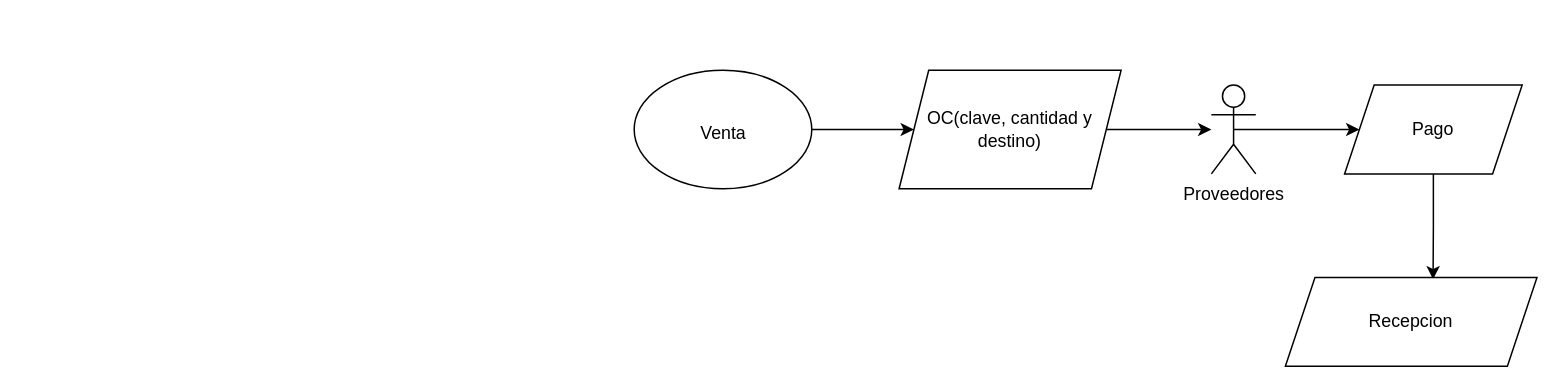
The draw.io diagram FlujoWms.drawio in ErnestoDanielTafoyaMolinaCYM/clases-cat-cym, before the edit. Source tidied: cells renumbered, new cells numbered last; positions are measured from the earlier drawing's top-left corner, leaving out a move shared by most shapes. Both pictures are drawn from the tidied source at 148%, with x=0, y=0 at pixel (633, 70).
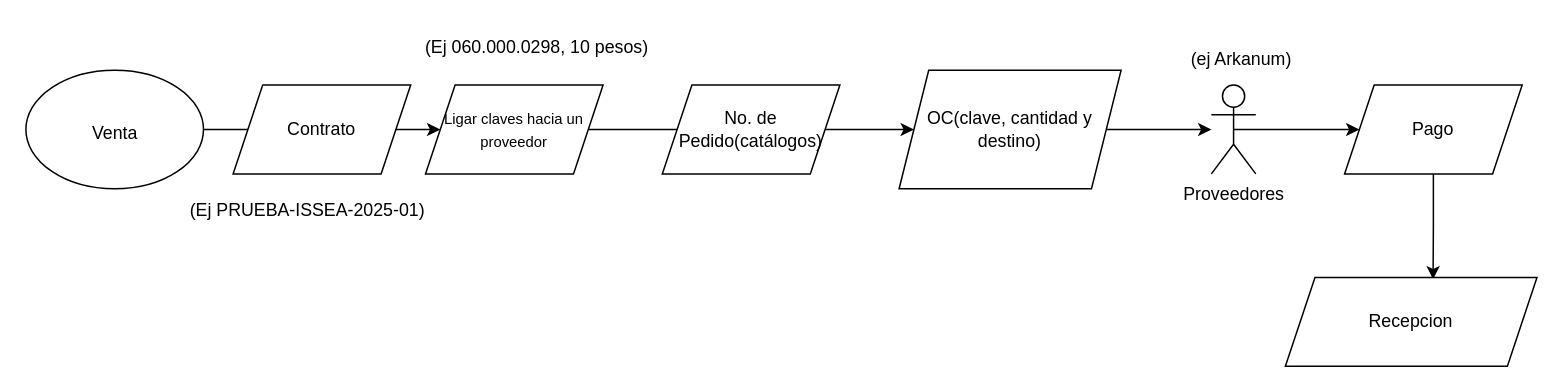
The same diagram, later.

Change to the diagram source:
```diff
@@
 <mxGraphModel>
   <root>
     <mxCell id="0" />
     <mxCell id="1" parent="0" />
-    <mxCell id="2" style="edgeStyle=orthogonalEdgeStyle;rounded=0;jettySize=auto;html=1;exitX=1;exitY=0.5;exitDx=0;exitDy=0;entryX=0;entryY=0.5;entryDx=0;entryDy=0;" parent="1" edge="1" source="3" target="6">
+    <mxCell id="2" style="edgeStyle=orthogonalEdgeStyle;rounded=0;jettySize=auto;html=1;exitX=1;exitY=0.5;exitDx=0;exitDy=0;entryX=0;entryY=0.5;entryDx=0;entryDy=0;" parent="1" edge="1" source="14" target="6">
       <mxGeometry relative="1" as="geometry" />
     </mxCell>
     <mxCell id="3" style="ellipse;whiteSpace=wrap;html=1;" parent="1" vertex="1">
-      <mxGeometry width="120" height="80" as="geometry" />
+      <mxGeometry x="-411" width="120" height="80" as="geometry" />
     </mxCell>
     <mxCell id="4" value="Venta&lt;div&gt;&lt;br&gt;&lt;/div&gt;" style="text;html=1;align=center;verticalAlign=middle;strokeColor=none;fillColor=none;" parent="1" vertex="1">
-      <mxGeometry x="35" y="30" width="50" height="40" as="geometry" />
+      <mxGeometry x="-376" y="30" width="50" height="40" as="geometry" />
     </mxCell>
     <mxCell id="5" style="edgeStyle=orthogonalEdgeStyle;rounded=0;jettySize=auto;html=1;exitX=1;exitY=0.5;exitDx=0;exitDy=0;" parent="1" edge="1" source="6" target="8">
       <mxGeometry relative="1" as="geometry" />
     </mxCell>
     <mxCell id="6" value="OC(clave, cantidad y destino)" style="shape=parallelogram;perimeter=parallelogramPerimeter;whiteSpace=wrap;html=1;fixedSize=1;" parent="1" vertex="1">
       <mxGeometry x="179" width="150" height="80" as="geometry" />
     </mxCell>
     <mxCell id="7" style="edgeStyle=orthogonalEdgeStyle;rounded=0;jettySize=auto;html=1;exitX=0.5;exitY=0.5;exitDx=0;exitDy=0;exitPerimeter=0;entryX=0;entryY=0.5;entryDx=0;entryDy=0;" parent="1" edge="1" source="8" target="10">
       <mxGeometry relative="1" as="geometry" />
     </mxCell>
     <mxCell id="8" value="Proveedores" style="shape=umlActor;verticalLabelPosition=bottom;verticalAlign=top;html=1;outlineConnect=0;" parent="1" vertex="1">
       <mxGeometry x="390" y="10" width="30" height="60" as="geometry" />
     </mxCell>
     <mxCell id="9" style="edgeStyle=orthogonalEdgeStyle;rounded=0;jettySize=auto;html=1;exitX=0.5;exitY=1;exitDx=0;exitDy=0;entryX=0.587;entryY=0.021;entryDx=0;entryDy=0;entryPerimeter=0;" parent="1" edge="1" source="10" target="11">
       <mxGeometry relative="1" as="geometry" />
     </mxCell>
     <mxCell id="10" value="Pago" style="shape=parallelogram;perimeter=parallelogramPerimeter;whiteSpace=wrap;html=1;fixedSize=1;" parent="1" vertex="1">
       <mxGeometry x="480" y="10" width="120" height="60" as="geometry" />
     </mxCell>
     <mxCell id="11" value="Recepcion" style="shape=parallelogram;perimeter=parallelogramPerimeter;whiteSpace=wrap;html=1;fixedSize=1;" parent="1" vertex="1">
       <mxGeometry x="440" y="140" width="170" height="60" as="geometry" />
     </mxCell>
+    <mxCell id="12" value="(ej Arkanum)" style="text;html=1;align=center;verticalAlign=middle;strokeColor=none;fillColor=none;" parent="1" vertex="1">
+      <mxGeometry x="365" y="-22" width="90" height="30" as="geometry" />
+    </mxCell>
+    <mxCell id="13" style="edgeStyle=orthogonalEdgeStyle;rounded=0;jettySize=auto;html=1;exitX=1;exitY=0.5;exitDx=0;exitDy=0;entryX=0;entryY=0.5;entryDx=0;entryDy=0;" parent="1" edge="1" source="3" target="14">
+      <mxGeometry relative="1" as="geometry" />
+    </mxCell>
+    <mxCell id="14" value="&lt;font style=&quot;font-size: 10px;&quot;&gt;Ligar claves hacia un proveedor&lt;/font&gt;" style="shape=parallelogram;perimeter=parallelogramPerimeter;whiteSpace=wrap;html=1;fixedSize=1;" parent="1" vertex="1">
+      <mxGeometry x="-141" y="10" width="120" height="60" as="geometry" />
+    </mxCell>
+    <mxCell id="15" value="Contrato" style="shape=parallelogram;perimeter=parallelogramPerimeter;whiteSpace=wrap;html=1;fixedSize=1;" parent="1" vertex="1">
+      <mxGeometry x="-271" y="10" width="120" height="60" as="geometry" />
+    </mxCell>
+    <mxCell id="16" value="(Ej 060.000.0298, 10 pesos&lt;span style=&quot;background-color: transparent; color: light-dark(rgb(0, 0, 0), rgb(255, 255, 255));&quot;&gt;)&lt;/span&gt;" style="text;html=1;align=center;verticalAlign=middle;strokeColor=none;fillColor=none;" parent="1" vertex="1">
+      <mxGeometry x="-151" y="-30" width="170" height="30" as="geometry" />
+    </mxCell>
+    <mxCell id="17" value="(Ej PRUEBA-ISSEA-2025-01&lt;span style=&quot;background-color: transparent; color: light-dark(rgb(0, 0, 0), rgb(255, 255, 255));&quot;&gt;)&lt;/span&gt;" style="text;html=1;align=center;verticalAlign=middle;strokeColor=none;fillColor=none;" parent="1" vertex="1">
+      <mxGeometry x="-311" y="80" width="180" height="30" as="geometry" />
+    </mxCell>
+    <mxCell id="18" value="No. de Pedido(catálogos)" style="shape=parallelogram;perimeter=parallelogramPerimeter;whiteSpace=wrap;html=1;fixedSize=1;" parent="1" vertex="1">
+      <mxGeometry x="19" y="10" width="120" height="60" as="geometry" />
+    </mxCell>
   </root>
 </mxGraphModel>
```
